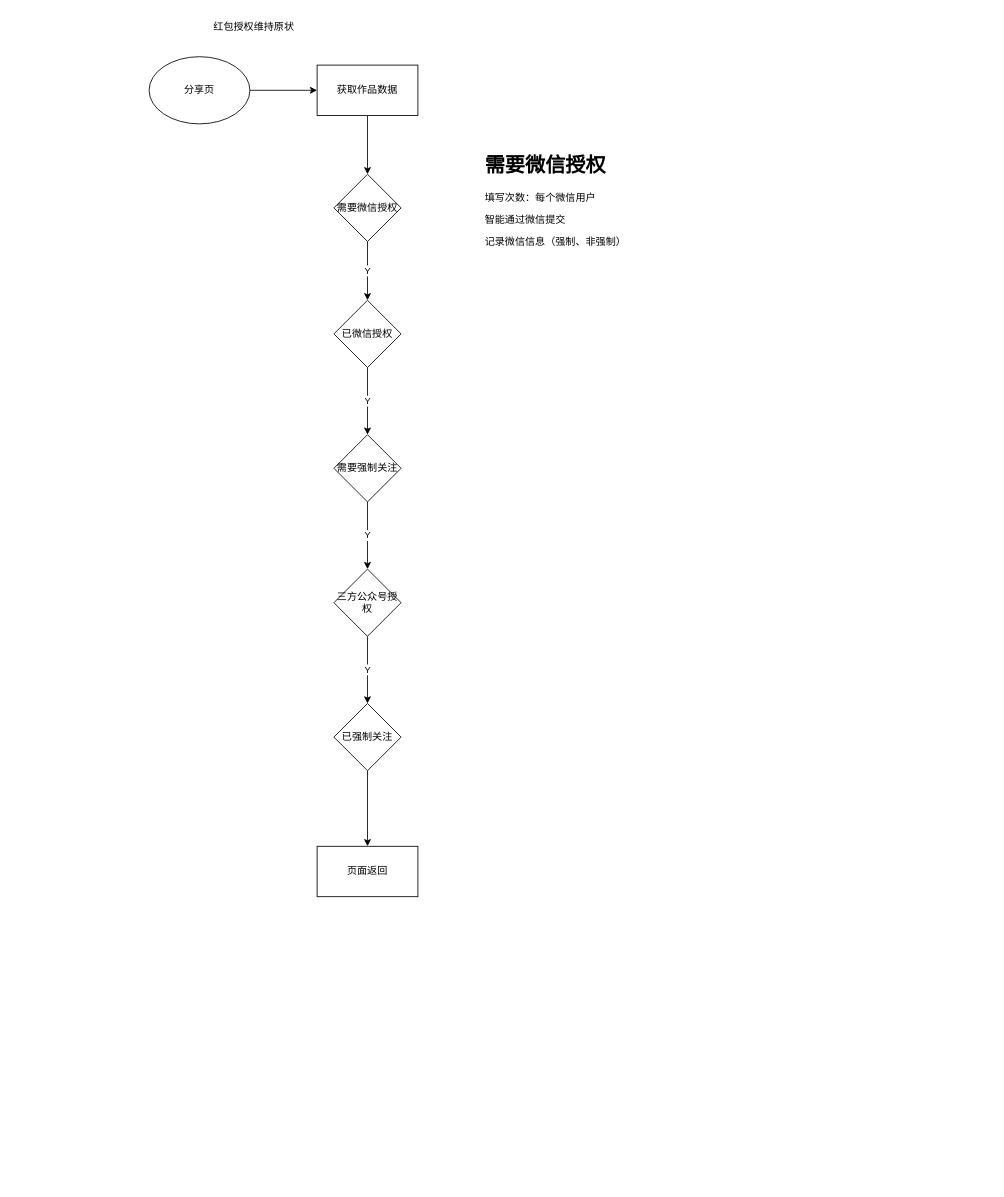
Above: 公众号.drawio in hesimin/drawio (draw.io), before the change. Source tidied: cells renumbered, new cells numbered last; positions are measured from the earlier drawing's top-left corner, leaving out a move shared by most shapes. Both pictures are drawn from the tidied source at 84%, with x=0, y=0 at pixel (149, 14).
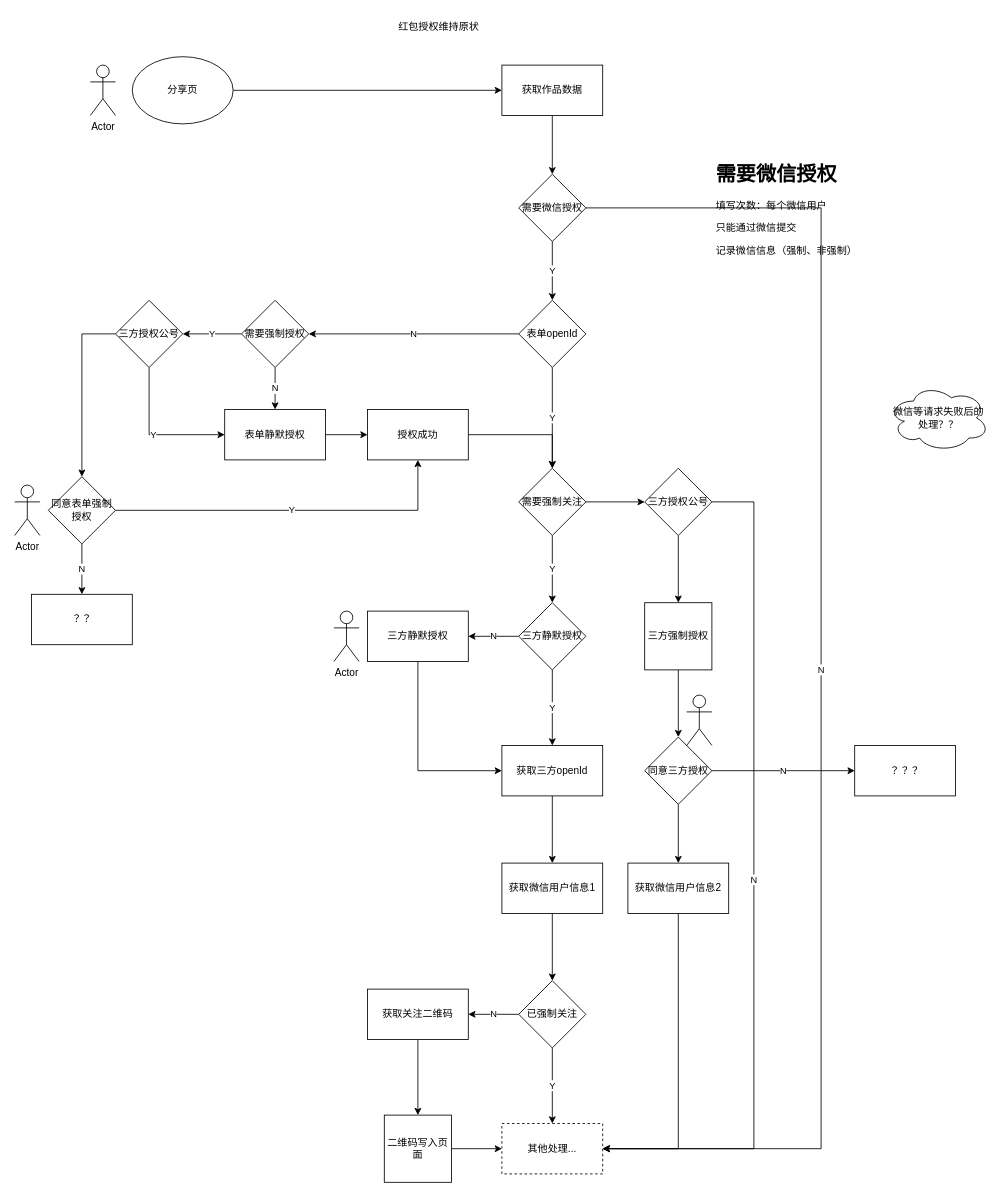
Above is the later version.

Commit message (it also covers changes not shown here):
更新公众号.drawio

The edit, as a diff of the source:
```diff
@@
     <mxCell id="3" value="分享页" style="ellipse;whiteSpace=wrap;html=1;" parent="1" vertex="1">
-      <mxGeometry y="50" width="120" height="80" as="geometry" />
+      <mxGeometry x="-20" y="50" width="120" height="80" as="geometry" />
     </mxCell>
@@
     <mxCell id="5" value="获取作品数据" style="whiteSpace=wrap;html=1;" parent="1" vertex="1">
-      <mxGeometry x="200" y="60" width="120" height="60" as="geometry" />
+      <mxGeometry x="420" y="60" width="120" height="60" as="geometry" />
     </mxCell>
     <mxCell id="6" value="红包授权维持原状" style="text;html=1;strokeColor=none;fillColor=none;align=center;verticalAlign=middle;whiteSpace=wrap;rounded=0;" parent="1" vertex="1">
-      <mxGeometry x="70" width="110" height="30" as="geometry" />
+      <mxGeometry x="290" width="110" height="30" as="geometry" />
     </mxCell>
@@
+    <mxCell id="19" value="N" style="edgeStyle=orthogonalEdgeStyle;rounded=0;jettySize=auto;html=1;exitX=1;exitY=0.5;exitDx=0;exitDy=0;entryX=1;entryY=0.5;entryDx=0;entryDy=0;" parent="1" edge="1" source="8" target="18">
+      <mxGeometry relative="1" as="geometry">
+        <Array as="points">
+          <mxPoint x="800" y="230" />
+          <mxPoint x="800" y="1350" />
+        </Array>
+      </mxGeometry>
+    </mxCell>
     <mxCell id="8" value="需要微信授权" style="rhombus;whiteSpace=wrap;html=1;" parent="1" vertex="1">
-      <mxGeometry x="220" y="190" width="80" height="80" as="geometry" />
+      <mxGeometry x="440" y="190" width="80" height="80" as="geometry" />
     </mxCell>
-    <mxCell id="9" value="&lt;h1&gt;需要微信授权&lt;/h1&gt;&lt;p&gt;填写次数：每个微信用户&lt;/p&gt;&lt;p&gt;智能通过微信提交&lt;/p&gt;&lt;p&gt;记录微信信息（强制、非强制）&lt;/p&gt;" style="text;html=1;strokeColor=none;fillColor=none;spacing=5;spacingTop=-20;whiteSpace=wrap;overflow=hidden;rounded=0;" parent="1" vertex="1">
-      <mxGeometry x="395" y="160" width="190" height="120" as="geometry" />
+    <mxCell id="9" value="&lt;h1&gt;需要微信授权&lt;/h1&gt;&lt;p&gt;填写次数：每个微信用户&lt;/p&gt;&lt;p&gt;只能通过微信提交&lt;/p&gt;&lt;p&gt;记录微信信息（强制、非强制）&lt;/p&gt;" style="text;html=1;strokeColor=none;fillColor=none;spacing=5;spacingTop=-20;whiteSpace=wrap;overflow=hidden;rounded=0;" parent="1" vertex="1">
+      <mxGeometry x="670" y="170" width="190" height="120" as="geometry" />
     </mxCell>
@@
+    <mxCell id="20" value="N" style="edgeStyle=orthogonalEdgeStyle;rounded=0;jettySize=auto;html=1;" parent="1" edge="1" source="11" target="27">
+      <mxGeometry relative="1" as="geometry" />
+    </mxCell>
-    <mxCell id="11" value="已微信授权" style="rhombus;whiteSpace=wrap;html=1;" parent="1" vertex="1">
-      <mxGeometry x="220" y="340" width="80" height="80" as="geometry" />
+    <mxCell id="11" value="表单openId" style="rhombus;whiteSpace=wrap;html=1;" parent="1" vertex="1">
+      <mxGeometry x="440" y="340" width="80" height="80" as="geometry" />
     </mxCell>
@@
+    <mxCell id="21" style="edgeStyle=orthogonalEdgeStyle;rounded=0;jettySize=auto;html=1;" parent="1" edge="1" source="13" target="52">
+      <mxGeometry relative="1" as="geometry" />
+    </mxCell>
     <mxCell id="13" value="需要强制关注" style="rhombus;whiteSpace=wrap;html=1;" parent="1" vertex="1">
-      <mxGeometry x="220" y="500" width="80" height="80" as="geometry" />
+      <mxGeometry x="440" y="540" width="80" height="80" as="geometry" />
     </mxCell>
-    <mxCell id="14" value="Y" style="edgeStyle=orthogonalEdgeStyle;rounded=0;jettySize=auto;html=1;" parent="1" edge="1" source="15" target="17">
-      <mxGeometry relative="1" as="geometry" />
-    </mxCell>
+    <mxCell id="22" value="Y" style="edgeStyle=orthogonalEdgeStyle;rounded=0;jettySize=auto;html=1;" parent="1" edge="1" source="15" target="35">
+      <mxGeometry relative="1" as="geometry" />
+    </mxCell>
+    <mxCell id="23" value="N" style="edgeStyle=orthogonalEdgeStyle;rounded=0;jettySize=auto;html=1;" parent="1" edge="1" source="15" target="37">
+      <mxGeometry relative="1" as="geometry" />
+    </mxCell>
-    <mxCell id="15" value="三方公众号授权" style="rhombus;whiteSpace=wrap;html=1;" parent="1" vertex="1">
-      <mxGeometry x="220" y="660" width="80" height="80" as="geometry" />
+    <mxCell id="15" value="三方静默授权" style="rhombus;whiteSpace=wrap;html=1;" parent="1" vertex="1">
+      <mxGeometry x="440" y="700" width="80" height="80" as="geometry" />
     </mxCell>
-    <mxCell id="16" style="edgeStyle=orthogonalEdgeStyle;rounded=0;jettySize=auto;html=1;" parent="1" edge="1" source="17" target="18">
+    <mxCell id="16" value="Y" style="edgeStyle=orthogonalEdgeStyle;rounded=0;jettySize=auto;html=1;" parent="1" edge="1" source="17" target="18">
       <mxGeometry relative="1" as="geometry" />
     </mxCell>
+    <mxCell id="24" value="N" style="edgeStyle=orthogonalEdgeStyle;rounded=0;jettySize=auto;html=1;" parent="1" edge="1" source="17" target="39">
+      <mxGeometry relative="1" as="geometry" />
+    </mxCell>
     <mxCell id="17" value="已强制关注" style="rhombus;whiteSpace=wrap;html=1;" parent="1" vertex="1">
-      <mxGeometry x="220" y="820" width="80" height="80" as="geometry" />
+      <mxGeometry x="440" y="1150" width="80" height="80" as="geometry" />
     </mxCell>
-    <mxCell id="18" value="页面返回" style="whiteSpace=wrap;html=1;" parent="1" vertex="1">
-      <mxGeometry x="200" y="990" width="120" height="60" as="geometry" />
+    <mxCell id="18" value="其他处理..." style="whiteSpace=wrap;html=1;dashed=1;" parent="1" vertex="1">
+      <mxGeometry x="420" y="1320" width="120" height="60" as="geometry" />
     </mxCell>
+    <mxCell id="25" value="N" style="edgeStyle=orthogonalEdgeStyle;rounded=0;jettySize=auto;html=1;entryX=0.5;entryY=0;entryDx=0;entryDy=0;" parent="1" edge="1" source="27" target="46">
+      <mxGeometry relative="1" as="geometry" />
+    </mxCell>
+    <mxCell id="26" value="Y" style="edgeStyle=orthogonalEdgeStyle;rounded=0;jettySize=auto;html=1;" parent="1" edge="1" source="27" target="44">
+      <mxGeometry relative="1" as="geometry" />
+    </mxCell>
+    <mxCell id="27" value="需要强制授权" style="rhombus;whiteSpace=wrap;html=1;" parent="1" vertex="1">
+      <mxGeometry x="110" y="340" width="80" height="80" as="geometry" />
+    </mxCell>
+    <mxCell id="28" style="edgeStyle=orthogonalEdgeStyle;rounded=0;jettySize=auto;html=1;exitX=1;exitY=0.5;exitDx=0;exitDy=0;entryX=0.5;entryY=0;entryDx=0;entryDy=0;" parent="1" edge="1" source="29" target="13">
+      <mxGeometry relative="1" as="geometry" />
+    </mxCell>
+    <mxCell id="29" value="授权成功" style="whiteSpace=wrap;html=1;" parent="1" vertex="1">
+      <mxGeometry x="260" y="470" width="120" height="60" as="geometry" />
+    </mxCell>
+    <mxCell id="30" value="N" style="edgeStyle=orthogonalEdgeStyle;rounded=0;jettySize=auto;html=1;" parent="1" edge="1" source="32" target="33">
+      <mxGeometry relative="1" as="geometry" />
+    </mxCell>
+    <mxCell id="31" value="Y" style="edgeStyle=orthogonalEdgeStyle;rounded=0;jettySize=auto;html=1;exitX=1;exitY=0.5;exitDx=0;exitDy=0;entryX=0.5;entryY=1;entryDx=0;entryDy=0;" parent="1" edge="1" source="32" target="29">
+      <mxGeometry relative="1" as="geometry" />
+    </mxCell>
+    <mxCell id="32" value="同意表单强制授权" style="rhombus;whiteSpace=wrap;html=1;" parent="1" vertex="1">
+      <mxGeometry x="-120" y="550" width="80" height="80" as="geometry" />
+    </mxCell>
+    <mxCell id="33" value="？？" style="whiteSpace=wrap;html=1;" parent="1" vertex="1">
+      <mxGeometry x="-140" y="690" width="120" height="60" as="geometry" />
+    </mxCell>
+    <mxCell id="34" style="edgeStyle=orthogonalEdgeStyle;rounded=0;jettySize=auto;html=1;" parent="1" edge="1" source="35" target="56">
+      <mxGeometry relative="1" as="geometry" />
+    </mxCell>
+    <mxCell id="35" value="获取三方openId" style="whiteSpace=wrap;html=1;" parent="1" vertex="1">
+      <mxGeometry x="420" y="870" width="120" height="60" as="geometry" />
+    </mxCell>
+    <mxCell id="36" style="edgeStyle=orthogonalEdgeStyle;rounded=0;jettySize=auto;html=1;exitX=0.5;exitY=1;exitDx=0;exitDy=0;entryX=0;entryY=0.5;entryDx=0;entryDy=0;" parent="1" edge="1" source="37" target="35">
+      <mxGeometry relative="1" as="geometry" />
+    </mxCell>
+    <mxCell id="37" value="三方静默授权" style="whiteSpace=wrap;html=1;" parent="1" vertex="1">
+      <mxGeometry x="260" y="710" width="120" height="60" as="geometry" />
+    </mxCell>
+    <mxCell id="38" style="edgeStyle=orthogonalEdgeStyle;rounded=0;jettySize=auto;html=1;" parent="1" edge="1" source="39" target="41">
+      <mxGeometry relative="1" as="geometry" />
+    </mxCell>
+    <mxCell id="39" value="获取关注二维码" style="whiteSpace=wrap;html=1;" parent="1" vertex="1">
+      <mxGeometry x="260" y="1160" width="120" height="60" as="geometry" />
+    </mxCell>
+    <mxCell id="40" style="edgeStyle=orthogonalEdgeStyle;rounded=0;jettySize=auto;html=1;exitX=1;exitY=0.5;exitDx=0;exitDy=0;entryX=0;entryY=0.5;entryDx=0;entryDy=0;" parent="1" edge="1" source="41" target="18">
+      <mxGeometry relative="1" as="geometry" />
+    </mxCell>
+    <mxCell id="41" value="二维码写入页面" style="rounded=0;whiteSpace=wrap;html=1;fontFamily=Helvetica;fontSize=12;fontColor=#000000;align=center;strokeColor=#000000;fillColor=#ffffff;" parent="1" vertex="1">
+      <mxGeometry x="280" y="1310" width="80" height="80" as="geometry" />
+    </mxCell>
+    <mxCell id="42" value="Y" style="edgeStyle=orthogonalEdgeStyle;rounded=0;jettySize=auto;html=1;entryX=0;entryY=0.5;entryDx=0;entryDy=0;exitX=0.5;exitY=1;exitDx=0;exitDy=0;" parent="1" edge="1" source="44" target="46">
+      <mxGeometry relative="1" as="geometry" />
+    </mxCell>
+    <mxCell id="43" style="edgeStyle=orthogonalEdgeStyle;rounded=0;jettySize=auto;html=1;exitX=0;exitY=0.5;exitDx=0;exitDy=0;entryX=0.5;entryY=0;entryDx=0;entryDy=0;" parent="1" edge="1" source="44" target="32">
+      <mxGeometry relative="1" as="geometry" />
+    </mxCell>
+    <mxCell id="44" value="三方授权公号" style="rhombus;whiteSpace=wrap;html=1;" parent="1" vertex="1">
+      <mxGeometry x="-40" y="340" width="80" height="80" as="geometry" />
+    </mxCell>
+    <mxCell id="45" style="edgeStyle=orthogonalEdgeStyle;rounded=0;jettySize=auto;html=1;exitX=1;exitY=0.5;exitDx=0;exitDy=0;entryX=0;entryY=0.5;entryDx=0;entryDy=0;" parent="1" edge="1" source="46" target="29">
+      <mxGeometry relative="1" as="geometry" />
+    </mxCell>
+    <mxCell id="46" value="表单静默授权" style="whiteSpace=wrap;html=1;" parent="1" vertex="1">
+      <mxGeometry x="90" y="470" width="120" height="60" as="geometry" />
+    </mxCell>
+    <mxCell id="47" value="Actor" style="shape=umlActor;verticalLabelPosition=bottom;verticalAlign=top;html=1;" parent="1" vertex="1">
+      <mxGeometry x="-160" y="560" width="30" height="60" as="geometry" />
+    </mxCell>
+    <mxCell id="48" value="Actor" style="shape=umlActor;verticalLabelPosition=bottom;verticalAlign=top;html=1;" parent="1" vertex="1">
+      <mxGeometry x="-70" y="60" width="30" height="60" as="geometry" />
+    </mxCell>
+    <mxCell id="49" value="Actor" style="shape=umlActor;verticalLabelPosition=bottom;verticalAlign=top;html=1;" parent="1" vertex="1">
+      <mxGeometry x="220" y="710" width="30" height="60" as="geometry" />
+    </mxCell>
+    <mxCell id="50" value="N" style="edgeStyle=orthogonalEdgeStyle;rounded=0;jettySize=auto;html=1;exitX=1;exitY=0.5;exitDx=0;exitDy=0;entryX=1;entryY=0.5;entryDx=0;entryDy=0;" parent="1" edge="1" source="52" target="18">
+      <mxGeometry relative="1" as="geometry">
+        <Array as="points">
+          <mxPoint x="720" y="580" />
+          <mxPoint x="720" y="1350" />
+        </Array>
+      </mxGeometry>
+    </mxCell>
+    <mxCell id="51" style="edgeStyle=orthogonalEdgeStyle;rounded=0;jettySize=auto;html=1;" parent="1" edge="1" source="52" target="54">
+      <mxGeometry relative="1" as="geometry" />
+    </mxCell>
+    <mxCell id="52" value="三方授权公号" style="rhombus;whiteSpace=wrap;html=1;" parent="1" vertex="1">
+      <mxGeometry x="590" y="540" width="80" height="80" as="geometry" />
+    </mxCell>
+    <mxCell id="53" style="edgeStyle=orthogonalEdgeStyle;rounded=0;jettySize=auto;html=1;" parent="1" edge="1" source="54" target="59">
+      <mxGeometry relative="1" as="geometry" />
+    </mxCell>
+    <mxCell id="54" value="三方强制授权" style="rounded=0;whiteSpace=wrap;html=1;fontFamily=Helvetica;fontSize=12;fontColor=#000000;align=center;strokeColor=#000000;fillColor=#ffffff;" parent="1" vertex="1">
+      <mxGeometry x="590" y="700" width="80" height="80" as="geometry" />
+    </mxCell>
+    <mxCell id="55" style="edgeStyle=orthogonalEdgeStyle;rounded=0;jettySize=auto;html=1;exitX=0.5;exitY=1;exitDx=0;exitDy=0;entryX=0.5;entryY=0;entryDx=0;entryDy=0;" parent="1" edge="1" source="56" target="17">
+      <mxGeometry relative="1" as="geometry" />
+    </mxCell>
+    <mxCell id="56" value="获取微信用户信息1" style="whiteSpace=wrap;html=1;" parent="1" vertex="1">
+      <mxGeometry x="420" y="1010" width="120" height="60" as="geometry" />
+    </mxCell>
+    <mxCell id="57" value="N" style="edgeStyle=orthogonalEdgeStyle;rounded=0;jettySize=auto;html=1;" parent="1" edge="1" source="59" target="61">
+      <mxGeometry relative="1" as="geometry" />
+    </mxCell>
+    <mxCell id="58" style="edgeStyle=orthogonalEdgeStyle;rounded=0;jettySize=auto;html=1;" parent="1" edge="1" source="59" target="64">
+      <mxGeometry relative="1" as="geometry" />
+    </mxCell>
+    <mxCell id="59" value="同意三方授权" style="rhombus;whiteSpace=wrap;html=1;rounded=0;" parent="1" vertex="1">
+      <mxGeometry x="590" y="860" width="80" height="80" as="geometry" />
+    </mxCell>
+    <mxCell id="60" style="shape=umlActor;verticalLabelPosition=bottom;verticalAlign=top;html=1;" parent="1" vertex="1">
+      <mxGeometry x="640" y="810" width="30" height="60" as="geometry" />
+    </mxCell>
+    <mxCell id="61" value="？？？" style="whiteSpace=wrap;html=1;rounded=0;" parent="1" vertex="1">
+      <mxGeometry x="840" y="870" width="120" height="60" as="geometry" />
+    </mxCell>
+    <mxCell id="62" value="微信等请求失败后的处理？？" style="ellipse;shape=cloud;whiteSpace=wrap;html=1;" parent="1" vertex="1">
+      <mxGeometry x="880" y="440" width="120" height="80" as="geometry" />
+    </mxCell>
+    <mxCell id="63" style="edgeStyle=orthogonalEdgeStyle;rounded=0;jettySize=auto;html=1;exitX=0.5;exitY=1;exitDx=0;exitDy=0;entryX=1;entryY=0.5;entryDx=0;entryDy=0;" parent="1" edge="1" source="64" target="18">
+      <mxGeometry relative="1" as="geometry" />
+    </mxCell>
+    <mxCell id="64" value="获取微信用户信息2" style="whiteSpace=wrap;html=1;rounded=0;" parent="1" vertex="1">
+      <mxGeometry x="570" y="1010" width="120" height="60" as="geometry" />
+    </mxCell>
```
